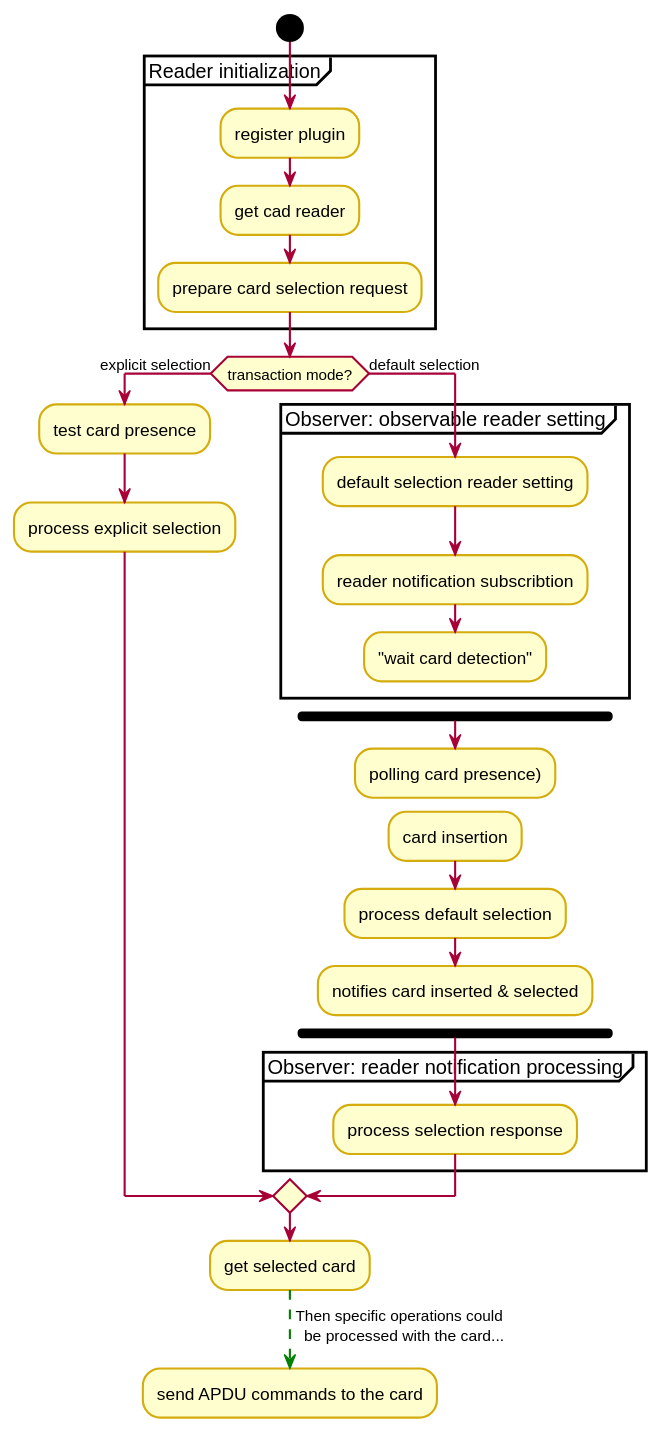
This is docs/KeypleCoreApi/img/KeypleCore_CardSelection_ActivityDiag_Scenarii.svg from calypsonet/keyple, a PlantUML export, as it was before one commit. Its diagram source:
```plantuml
@startuml
skinparam ClassBorderColor #D4AC0D
skinparam stereotypeABorderColor #A9DCDF
skinparam stereotypeIBorderColor #B4A7E5
skinparam stereotypeCBorderColor #ADD1B2
skinparam stereotypeEBorderColor #EB93DF
skinparam shadowing false

skinparam StateBorderColor #D4AC0D
skinparam ActivityBorderColor #D4AC0D

skinparam ClassBackgroundColor<<red>> #FDEDEC
skinparam ClassBorderColor<<red>> #E74C3C
hide <<red>> stereotype
skinparam ClassBackgroundColor<<purple>> #F4ECF7
skinparam ClassBorderColor<<purple>> #8E44AD
hide <<purple>> stereotype
skinparam ClassBackgroundColor<<blue>> #EBF5FB
skinparam ClassBorderColor<<blue>> #3498DB
hide <<blue>> stereotype
skinparam ClassBackgroundColor<<green>> #EAFAF1
skinparam ClassBorderColor<<green>> #2ECC71
hide <<green>> stereotype

skinparam ClassBackgroundColor<<orange>> #FDF2E9
skinparam ClassBorderColor<<orange>> #E67E22
hide <<orange>> stereotype

skinparam ClassBackgroundColor<<grey>> #EAECEE
skinparam ClassBorderColor<<grey>> #2C3E50
hide <<grey>> stereotype

start
partition "Reader initialization" {
	:register plugin;
	:get cad reader;
	:prepare card selection request;
}

if (transaction mode?) then (explicit selection)
	:test card presence;
	:process explicit selection;
else (default selection)
	partition "Observer: observable reader setting" {
	:default selection reader setting;
	:reader notification subscribtion;
	:"wait card detection";
	}
	detach
	fork
		:polling card presence);
		detach
		:card insertion;
		:process default selection;
		:notifies card inserted & selected;
	end fork
	detach
	partition "Observer: reader notification processing" {
		:process selection response;
	}
endif
	:get selected card;
-[#green,dashed]-> Then specific operations could
  be processed with the card...;
	:send APDU commands to the card;
@enduml
```
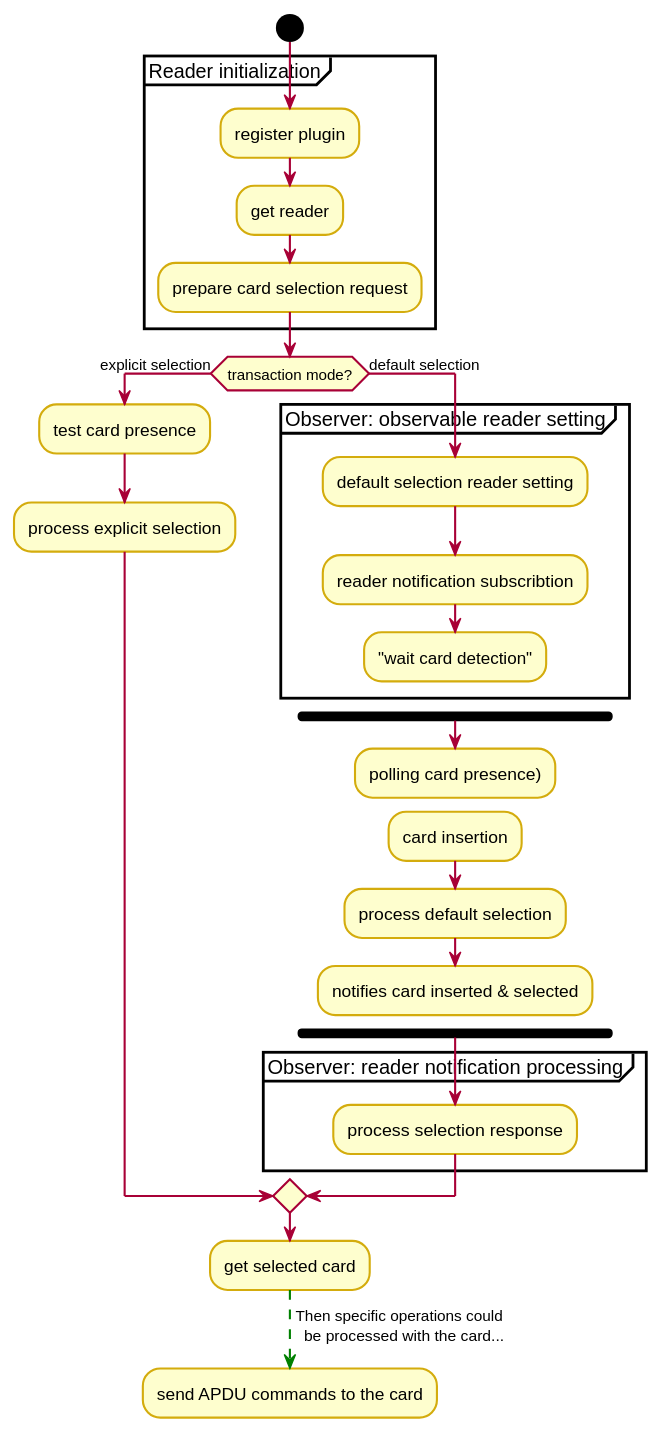
Later version of the same file.

The edit, as a diff of the source:
```diff
@@ -33,7 +33,7 @@
 start
 partition "Reader initialization" {
 	:register plugin;
-	:get cad reader;
+	:get reader;
 	:prepare card selection request;
 }
 
```
